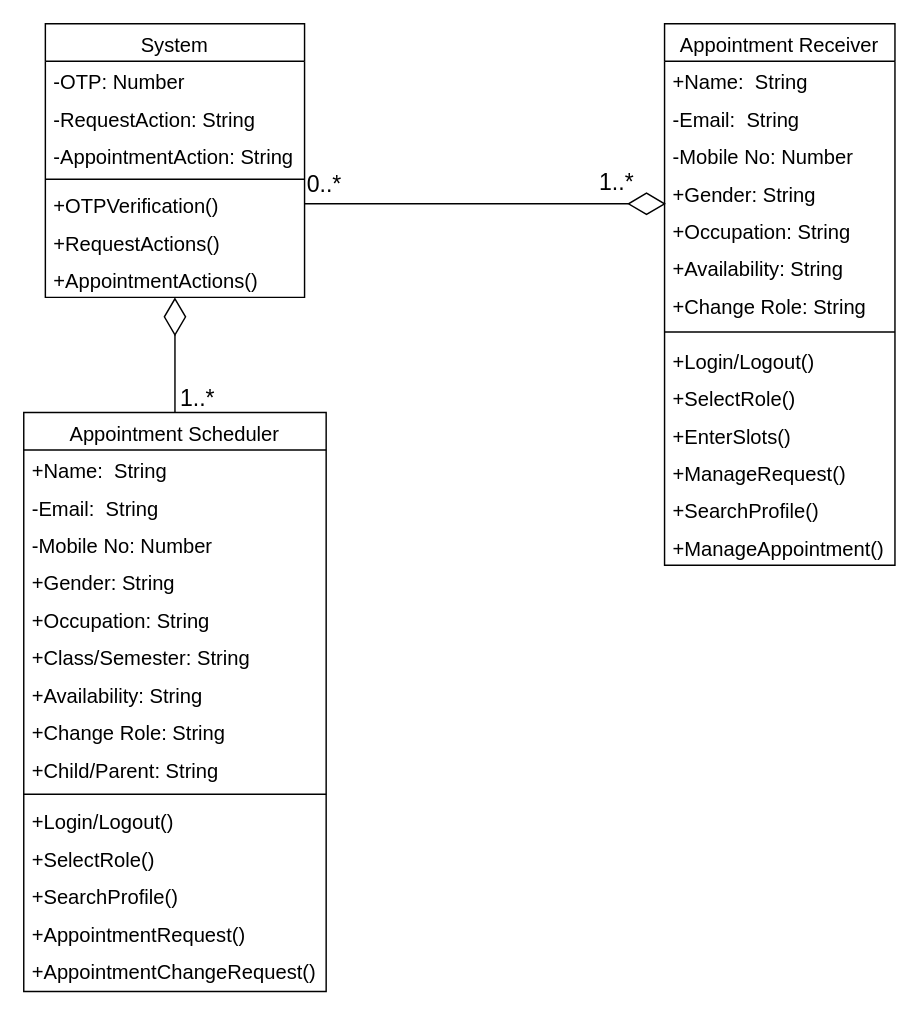
This is Class Diagram.drawio from Yash7200/CP-1, a draw.io file, before an edit. Source tidied: cells renumbered, new cells numbered last; positions are measured from the earlier drawing's top-left corner, leaving out a move shared by most shapes. Both pictures are drawn from the tidied source at 144%, with x=0, y=0 at pixel (23, 23).
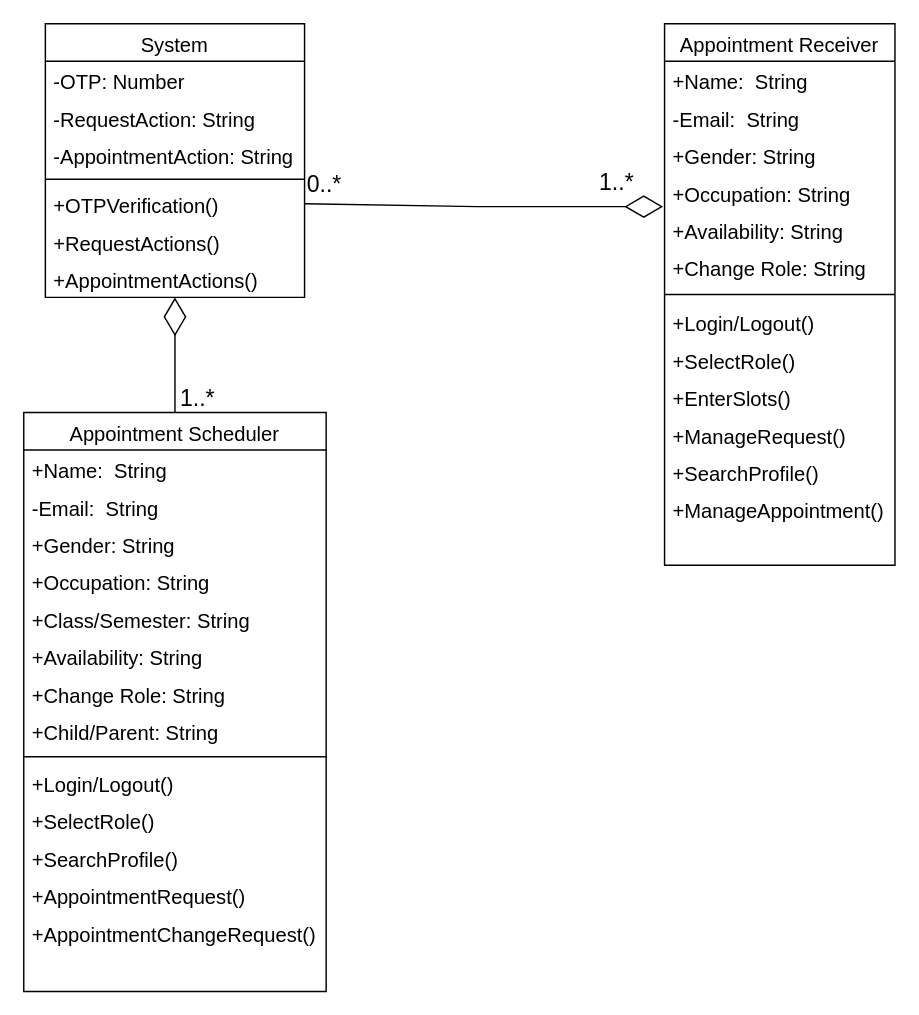
Above is the later version.

The change refers to these unchanged cells:
```xml
<mxCell id="7" value="+OTPVerification()" style="text;align=left;verticalAlign=top;spacingLeft=4;spacingRight=4;overflow=hidden;points=[[0,0.5],[1,0.5]];portConstraint=eastwest;fontSize=14;" parent="2" vertex="1">
  <mxGeometry y="112" width="180" height="26" as="geometry" />
</mxCell>
<mxCell id="10" value="Appointment Receiver" style="swimlane;fontStyle=0;align=center;verticalAlign=top;horizontal=1;startSize=26;rounded=0;shadow=0;strokeWidth=1;fontSize=14;" parent="1" vertex="1">
  <mxGeometry x="445" width="160" height="376" as="geometry" />
</mxCell>
<mxCell id="25" value="Appointment Scheduler" style="swimlane;fontStyle=0;align=center;verticalAlign=top;horizontal=1;startSize=26;rounded=0;shadow=0;strokeWidth=1;fontSize=14;" parent="1" vertex="1">
  <mxGeometry y="270" width="210" height="402" as="geometry" />
</mxCell>
```

The edit, as a diff of the source:
```diff
@@
-    <mxCell id="13" value="-Mobile No: Number " style="text;align=left;verticalAlign=top;spacingLeft=4;spacingRight=4;overflow=hidden;rounded=0;shadow=0;html=0;fontSize=14;" parent="10" vertex="1">
-      <mxGeometry y="78" width="160" height="26" as="geometry" />
-    </mxCell>
     <mxCell id="14" value="+Gender: String" style="text;align=left;verticalAlign=top;spacingLeft=4;spacingRight=4;overflow=hidden;points=[[0,0.5],[1,0.5]];portConstraint=eastwest;rounded=0;shadow=0;html=0;fontSize=14;" parent="10" vertex="1">
-      <mxGeometry y="104" width="160" height="26" as="geometry" />
+      <mxGeometry y="78" width="160" height="26" as="geometry" />
     </mxCell>
     <mxCell id="15" value="+Occupation: String" style="text;align=left;verticalAlign=top;spacingLeft=4;spacingRight=4;overflow=hidden;rounded=0;shadow=0;html=0;fontSize=14;" parent="10" vertex="1">
-      <mxGeometry y="130" width="160" height="26" as="geometry" />
+      <mxGeometry y="104" width="160" height="26" as="geometry" />
     </mxCell>
     <mxCell id="16" value="+Availability: String" style="text;align=left;verticalAlign=top;spacingLeft=4;spacingRight=4;overflow=hidden;points=[[0,0.5],[1,0.5]];portConstraint=eastwest;rounded=0;shadow=0;html=0;fontSize=14;" parent="10" vertex="1">
-      <mxGeometry y="156" width="160" height="26" as="geometry" />
+      <mxGeometry y="130" width="160" height="26" as="geometry" />
     </mxCell>
     <mxCell id="17" value="+Change Role: String" style="text;align=left;verticalAlign=top;spacingLeft=4;spacingRight=4;overflow=hidden;rounded=0;shadow=0;html=0;fontSize=14;" parent="10" vertex="1">
-      <mxGeometry y="182" width="160" height="26" as="geometry" />
+      <mxGeometry y="156" width="160" height="26" as="geometry" />
     </mxCell>
     <mxCell id="18" style="line;html=1;strokeWidth=1;align=left;verticalAlign=middle;spacingTop=-1;spacingLeft=3;spacingRight=3;labelPosition=right;" parent="10" vertex="1">
-      <mxGeometry y="208" width="160" height="12" as="geometry" />
+      <mxGeometry y="182" width="160" height="12" as="geometry" />
     </mxCell>
     <mxCell id="19" value="+Login/Logout()" style="text;align=left;verticalAlign=top;spacingLeft=4;spacingRight=4;overflow=hidden;fontSize=14;" parent="10" vertex="1">
-      <mxGeometry y="220" width="160" height="26" as="geometry" />
+      <mxGeometry y="194" width="160" height="26" as="geometry" />
     </mxCell>
     <mxCell id="20" value="+SelectRole()" style="text;align=left;verticalAlign=top;spacingLeft=4;spacingRight=4;overflow=hidden;fontSize=14;" parent="10" vertex="1">
-      <mxGeometry y="246" width="160" height="26" as="geometry" />
+      <mxGeometry y="220" width="160" height="26" as="geometry" />
     </mxCell>
     <mxCell id="21" value="+EnterSlots()" style="text;align=left;verticalAlign=top;spacingLeft=4;spacingRight=4;overflow=hidden;fontSize=14;" parent="10" vertex="1">
-      <mxGeometry y="272" width="160" height="26" as="geometry" />
+      <mxGeometry y="246" width="160" height="26" as="geometry" />
     </mxCell>
     <mxCell id="22" value="+ManageRequest()" style="text;align=left;verticalAlign=top;spacingLeft=4;spacingRight=4;overflow=hidden;fontSize=14;" parent="10" vertex="1">
-      <mxGeometry y="298" width="160" height="26" as="geometry" />
+      <mxGeometry y="272" width="160" height="26" as="geometry" />
     </mxCell>
     <mxCell id="23" value="+SearchProfile()" style="text;align=left;verticalAlign=top;spacingLeft=4;spacingRight=4;overflow=hidden;fontSize=14;" parent="10" vertex="1">
-      <mxGeometry y="324" width="160" height="26" as="geometry" />
+      <mxGeometry y="298" width="160" height="26" as="geometry" />
     </mxCell>
     <mxCell id="24" value="+ManageAppointment()" style="text;align=left;verticalAlign=top;spacingLeft=4;spacingRight=4;overflow=hidden;fontSize=14;" parent="10" vertex="1">
-      <mxGeometry y="350" width="160" height="26" as="geometry" />
+      <mxGeometry y="324" width="160" height="26" as="geometry" />
     </mxCell>
@@
-    <mxCell id="28" value="-Mobile No: Number " style="text;align=left;verticalAlign=top;spacingLeft=4;spacingRight=4;overflow=hidden;rounded=0;shadow=0;html=0;fontSize=14;" parent="25" vertex="1">
-      <mxGeometry y="78" width="210" height="26" as="geometry" />
-    </mxCell>
     <mxCell id="29" value="+Gender: String" style="text;align=left;verticalAlign=top;spacingLeft=4;spacingRight=4;overflow=hidden;rounded=0;shadow=0;html=0;fontSize=14;" parent="25" vertex="1">
-      <mxGeometry y="104" width="210" height="26" as="geometry" />
+      <mxGeometry y="78" width="210" height="26" as="geometry" />
     </mxCell>
     <mxCell id="30" value="+Occupation: String" style="text;align=left;verticalAlign=top;spacingLeft=4;spacingRight=4;overflow=hidden;rounded=0;shadow=0;html=0;fontSize=14;" parent="25" vertex="1">
-      <mxGeometry y="130" width="210" height="26" as="geometry" />
+      <mxGeometry y="104" width="210" height="26" as="geometry" />
     </mxCell>
     <mxCell id="31" value="+Class/Semester: String" style="text;align=left;verticalAlign=top;spacingLeft=4;spacingRight=4;overflow=hidden;rounded=0;shadow=0;html=0;fontSize=14;" parent="25" vertex="1">
-      <mxGeometry y="156" width="210" height="26" as="geometry" />
+      <mxGeometry y="130" width="210" height="26" as="geometry" />
     </mxCell>
     <mxCell id="32" value="+Availability: String" style="text;align=left;verticalAlign=top;spacingLeft=4;spacingRight=4;overflow=hidden;rounded=0;shadow=0;html=0;fontSize=14;" parent="25" vertex="1">
-      <mxGeometry y="182" width="210" height="26" as="geometry" />
+      <mxGeometry y="156" width="210" height="26" as="geometry" />
     </mxCell>
     <mxCell id="33" value="+Change Role: String" style="text;align=left;verticalAlign=top;spacingLeft=4;spacingRight=4;overflow=hidden;rounded=0;shadow=0;html=0;fontSize=14;" parent="25" vertex="1">
-      <mxGeometry y="208" width="210" height="26" as="geometry" />
+      <mxGeometry y="182" width="210" height="26" as="geometry" />
     </mxCell>
     <mxCell id="34" value="+Child/Parent: String" style="text;align=left;verticalAlign=top;spacingLeft=4;spacingRight=4;overflow=hidden;rounded=0;shadow=0;html=0;fontSize=14;" parent="25" vertex="1">
-      <mxGeometry y="234" width="210" height="26" as="geometry" />
+      <mxGeometry y="208" width="210" height="26" as="geometry" />
     </mxCell>
     <mxCell id="35" style="line;html=1;strokeWidth=1;align=left;verticalAlign=middle;spacingTop=-1;spacingLeft=3;spacingRight=3;labelPosition=right;" parent="25" vertex="1">
-      <mxGeometry y="260" width="210" height="10" as="geometry" />
+      <mxGeometry y="234" width="210" height="10" as="geometry" />
     </mxCell>
     <mxCell id="36" value="+Login/Logout()" style="text;align=left;verticalAlign=top;spacingLeft=4;spacingRight=4;overflow=hidden;fontSize=14;" parent="25" vertex="1">
-      <mxGeometry y="270" width="210" height="26" as="geometry" />
+      <mxGeometry y="244" width="210" height="26" as="geometry" />
     </mxCell>
     <mxCell id="37" value="+SelectRole()" style="text;align=left;verticalAlign=top;spacingLeft=4;spacingRight=4;overflow=hidden;fontSize=14;" parent="25" vertex="1">
-      <mxGeometry y="296" width="210" height="26" as="geometry" />
+      <mxGeometry y="270" width="210" height="26" as="geometry" />
     </mxCell>
     <mxCell id="38" value="+SearchProfile()" style="text;align=left;verticalAlign=top;spacingLeft=4;spacingRight=4;overflow=hidden;fontSize=14;" parent="25" vertex="1">
-      <mxGeometry y="322" width="210" height="26" as="geometry" />
+      <mxGeometry y="296" width="210" height="26" as="geometry" />
     </mxCell>
     <mxCell id="39" value="+AppointmentRequest()" style="text;align=left;verticalAlign=top;spacingLeft=4;spacingRight=4;overflow=hidden;fontSize=14;" parent="25" vertex="1">
-      <mxGeometry y="348" width="210" height="26" as="geometry" />
+      <mxGeometry y="322" width="210" height="26" as="geometry" />
     </mxCell>
     <mxCell id="40" value="+AppointmentChangeRequest()" style="text;align=left;verticalAlign=top;spacingLeft=4;spacingRight=4;overflow=hidden;fontSize=14;" parent="25" vertex="1">
-      <mxGeometry y="374" width="210" height="28" as="geometry" />
+      <mxGeometry y="348" width="210" height="28" as="geometry" />
     </mxCell>
@@
-    <mxCell id="42" style="endArrow=diamondThin;endFill=0;endSize=24;html=1;rounded=0;fontSize=16;exitX=1;exitY=0.5;exitDx=0;exitDy=0;entryX=0.006;entryY=0.808;entryDx=0;entryDy=0;entryPerimeter=0;" parent="1" edge="1" source="7" target="14">
-      <mxGeometry relative="1" as="geometry" />
+    <mxCell id="42" style="endArrow=diamondThin;endFill=0;endSize=24;html=1;rounded=0;fontSize=16;exitX=1;exitY=0.5;exitDx=0;exitDy=0;entryX=-0.006;entryY=-0.115;entryDx=0;entryDy=0;entryPerimeter=0;" parent="1" edge="1" source="7" target="16">
+      <mxGeometry relative="1" as="geometry">
+        <Array as="points">
+          <mxPoint x="315" y="127" />
+        </Array>
+      </mxGeometry>
     </mxCell>
```
